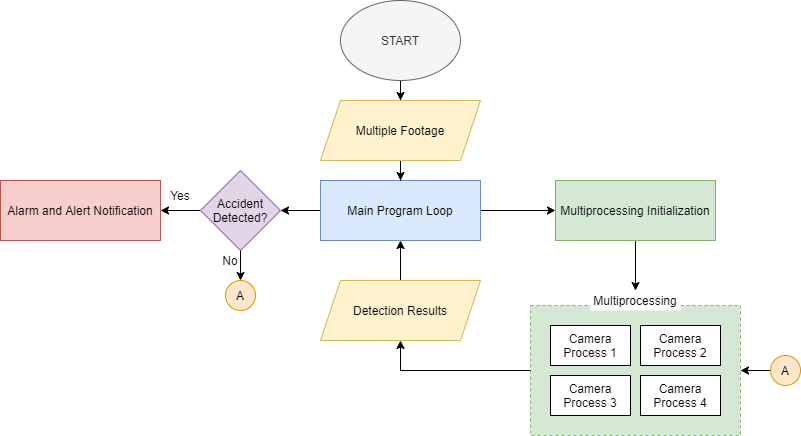
This is DrawIO/chapt 5 flowchart.png from russellcaragay/PD-Files, a draw.io export, as it was before one commit. Source tidied: cells renumbered, new cells last; positions are measured from the earlier drawing's top-left corner, leaving out a move shared by most shapes.
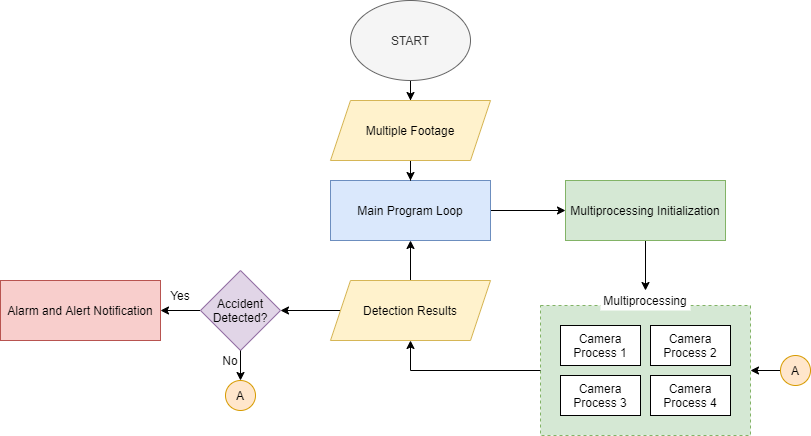
The same file after the commit.

What changed in the source:
```diff
@@ -8,9 +8,6 @@
     <mxCell id="3" style="edgeStyle=orthogonalEdgeStyle;rounded=0;jettySize=auto;html=1;" parent="1" edge="1" source="5" target="10">
       <mxGeometry relative="1" as="geometry" />
     </mxCell>
-    <mxCell id="4" style="edgeStyle=orthogonalEdgeStyle;rounded=0;jettySize=auto;html=1;" parent="1" edge="1" source="5" target="19">
-      <mxGeometry relative="1" as="geometry" />
-    </mxCell>
     <mxCell id="5" value="Main Program Loop" style="rounded=0;whiteSpace=wrap;html=1;fillColor=#dae8fc;strokeColor=#6c8ebf;" parent="1" vertex="1">
       <mxGeometry x="320" y="180" width="160" height="60" as="geometry" />
     </mxCell>
@@ -58,22 +55,22 @@
       <mxGeometry relative="1" as="geometry" />
     </mxCell>
     <mxCell id="19" value="Accident Detected?" style="rhombus;whiteSpace=wrap;html=1;fillColor=#e1d5e7;strokeColor=#9673a6;" parent="1" vertex="1">
-      <mxGeometry x="200" y="170" width="80" height="80" as="geometry" />
+      <mxGeometry x="190" y="270" width="80" height="80" as="geometry" />
     </mxCell>
     <mxCell id="20" value="Alarm and Alert Notification" style="rounded=0;whiteSpace=wrap;html=1;fillColor=#f8cecc;strokeColor=#b85450;" parent="1" vertex="1">
-      <mxGeometry y="180" width="160" height="60" as="geometry" />
+      <mxGeometry x="-10" y="280" width="160" height="60" as="geometry" />
     </mxCell>
     <mxCell id="21" value="Yes" style="text;html=1;strokeColor=none;fillColor=none;align=center;verticalAlign=middle;whiteSpace=wrap;rounded=0;" parent="1" vertex="1">
-      <mxGeometry x="160" y="185" width="40" height="20" as="geometry" />
+      <mxGeometry x="150" y="285" width="40" height="20" as="geometry" />
     </mxCell>
     <mxCell id="22" value="A" style="ellipse;whiteSpace=wrap;html=1;fillColor=#ffe6cc;strokeColor=#d79b00;" parent="1" vertex="1">
-      <mxGeometry x="225" y="280" width="30" height="30" as="geometry" />
+      <mxGeometry x="215" y="380" width="30" height="30" as="geometry" />
     </mxCell>
     <mxCell id="23" style="endArrow=classic;html=1;exitX=0.5;exitY=1;exitDx=0;exitDy=0;entryX=0.5;entryY=0;entryDx=0;entryDy=0;" parent="1" edge="1" source="19" target="22">
       <mxGeometry relative="1" as="geometry" />
     </mxCell>
     <mxCell id="24" value="No" style="text;html=1;strokeColor=none;fillColor=none;align=center;verticalAlign=middle;whiteSpace=wrap;rounded=0;" parent="1" vertex="1">
-      <mxGeometry x="210" y="250" width="40" height="20" as="geometry" />
+      <mxGeometry x="200" y="350" width="40" height="20" as="geometry" />
     </mxCell>
     <mxCell id="25" style="endArrow=classic;html=1;entryX=0.5;entryY=1;entryDx=0;entryDy=0;exitX=0;exitY=0.5;exitDx=0;exitDy=0;rounded=0;" parent="1" edge="1" source="2">
       <mxGeometry relative="1" as="geometry">
@@ -89,6 +86,9 @@
     <mxCell id="27" value="A" style="ellipse;whiteSpace=wrap;html=1;fillColor=#ffe6cc;strokeColor=#d79b00;" parent="1" vertex="1">
       <mxGeometry x="770" y="355" width="30" height="30" as="geometry" />
     </mxCell>
+    <mxCell id="29" style="edgeStyle=orthogonalEdgeStyle;rounded=0;jettySize=auto;html=1;" parent="1" edge="1" source="28" target="19">
+      <mxGeometry relative="1" as="geometry" />
+    </mxCell>
     <mxCell id="28" value="Detection Results" style="shape=parallelogram;perimeter=parallelogramPerimeter;whiteSpace=wrap;html=1;fixedSize=1;fillColor=#fff2cc;strokeColor=#d6b656;" parent="1" vertex="1">
       <mxGeometry x="320" y="280" width="160" height="60" as="geometry" />
     </mxCell>
```
